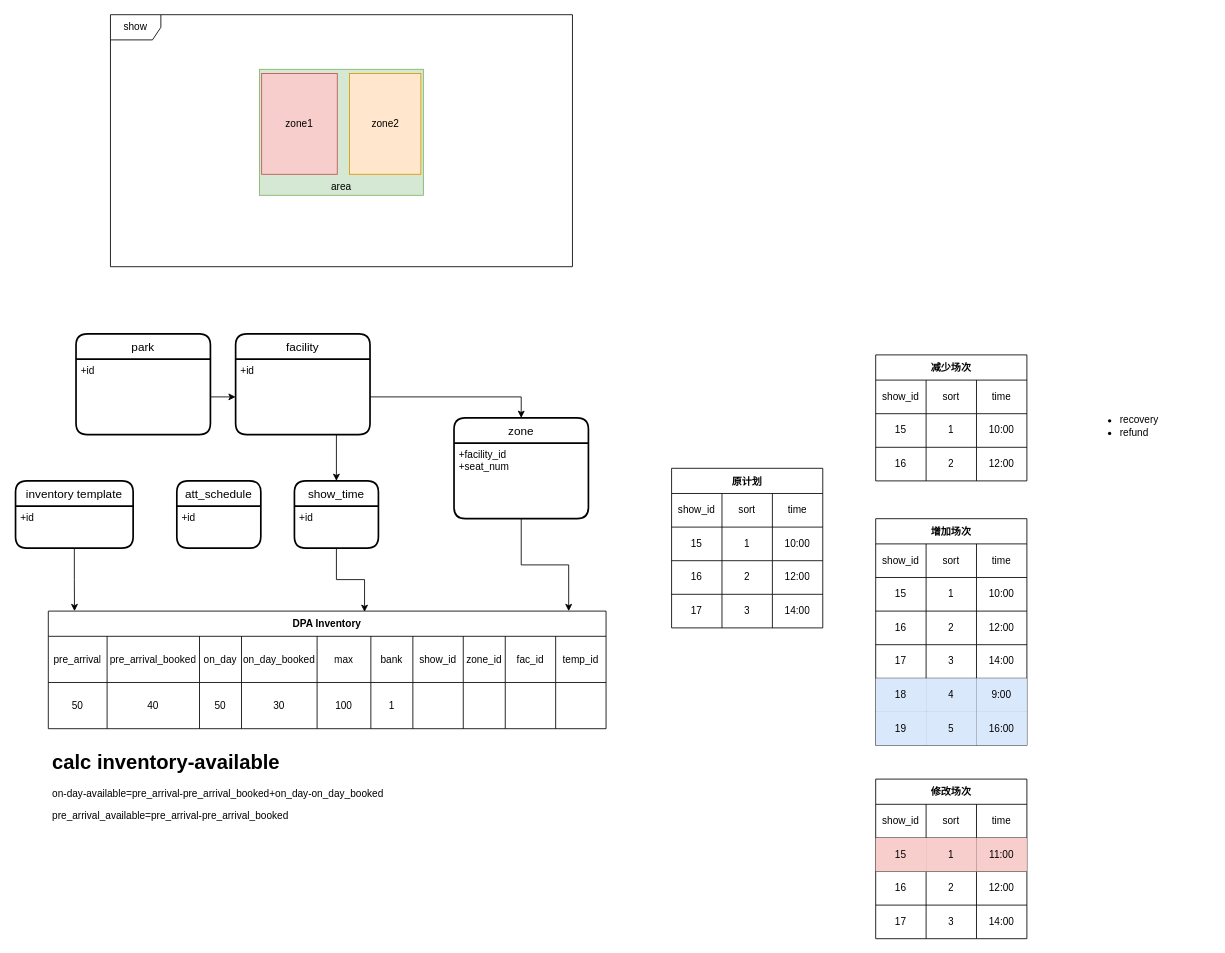
This is disney/ent_inventory_datad_structure.drawio from lixyu/draw, a draw.io file, before an edit. Source tidied: cells renumbered, new cells numbered last; positions are measured from the earlier drawing's top-left corner, leaving out a move shared by most shapes. Both pictures are drawn from the tidied source at 84%, with x=0, y=0 at pixel (15, 14).
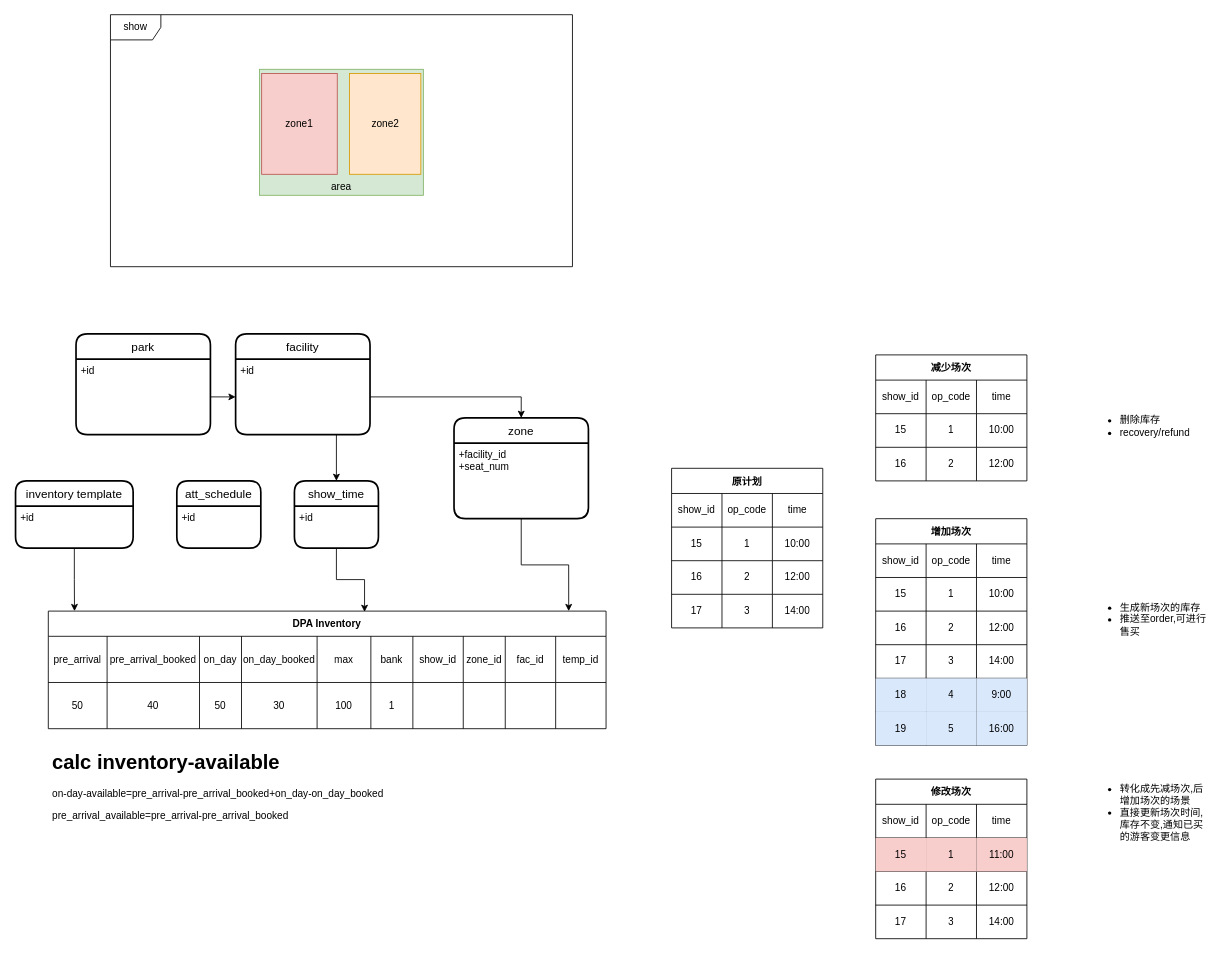
Above is the later version.

The change refers to these unchanged cells:
```xml
<mxCell id="50" style="shape=tableRow;horizontal=0;startSize=0;swimlaneHead=0;swimlaneBody=0;top=0;left=0;bottom=0;right=0;fillColor=none;" parent="49" vertex="1">
  <mxGeometry y="30" width="180" height="40" as="geometry" />
</mxCell>
<mxCell id="67" style="shape=tableRow;horizontal=0;startSize=0;swimlaneHead=0;swimlaneBody=0;top=0;left=0;bottom=0;right=0;fillColor=none;" parent="66" vertex="1">
  <mxGeometry y="30" width="180" height="40" as="geometry" />
</mxCell>
<mxCell id="80" style="shape=tableRow;horizontal=0;startSize=0;swimlaneHead=0;swimlaneBody=0;top=0;left=0;bottom=0;right=0;fillColor=none;" parent="79" vertex="1">
  <mxGeometry y="30" width="180" height="40" as="geometry" />
</mxCell>
<mxCell id="106" style="shape=tableRow;horizontal=0;startSize=0;swimlaneHead=0;swimlaneBody=0;top=0;left=0;bottom=0;right=0;fillColor=none;" parent="105" vertex="1">
  <mxGeometry y="30" width="180" height="40" as="geometry" />
</mxCell>
```

Diff of the diagram source:
```diff
@@
-    <mxCell id="52" value="sort" style="shape=partialRectangle;html=1;whiteSpace=wrap;fillColor=none;top=0;left=0;bottom=0;right=0;overflow=hidden;" parent="50" vertex="1">
+    <mxCell id="52" value="op_code" style="shape=partialRectangle;html=1;whiteSpace=wrap;fillColor=none;top=0;left=0;bottom=0;right=0;overflow=hidden;" parent="50" vertex="1">
       <mxGeometry x="60" width="60" height="40" as="geometry" />
     </mxCell>
@@
-    <mxCell id="69" value="sort" style="shape=partialRectangle;html=1;whiteSpace=wrap;fillColor=none;top=0;left=0;bottom=0;right=0;overflow=hidden;" parent="67" vertex="1">
+    <mxCell id="69" value="op_code" style="shape=partialRectangle;html=1;whiteSpace=wrap;fillColor=none;top=0;left=0;bottom=0;right=0;overflow=hidden;" parent="67" vertex="1">
       <mxGeometry x="60" width="60" height="40" as="geometry" />
     </mxCell>
@@
-    <mxCell id="82" value="sort" style="shape=partialRectangle;html=1;whiteSpace=wrap;fillColor=none;top=0;left=0;bottom=0;right=0;overflow=hidden;" parent="80" vertex="1">
+    <mxCell id="82" value="op_code" style="shape=partialRectangle;html=1;whiteSpace=wrap;fillColor=none;top=0;left=0;bottom=0;right=0;overflow=hidden;" parent="80" vertex="1">
       <mxGeometry x="60" width="60" height="40" as="geometry" />
     </mxCell>
@@
-    <mxCell id="104" value="&lt;ul&gt;&lt;li&gt;recovery&lt;/li&gt;&lt;li&gt;refund&lt;/li&gt;&lt;/ul&gt;" style="text;strokeColor=none;fillColor=none;html=1;whiteSpace=wrap;verticalAlign=middle;overflow=hidden;" parent="1" vertex="1">
-      <mxGeometry x="1273" y="450" width="100" height="80" as="geometry" />
+    <mxCell id="104" value="&lt;ul&gt;&lt;li&gt;删除库存&lt;/li&gt;&lt;li&gt;recovery/refund&lt;/li&gt;&lt;/ul&gt;" style="text;strokeColor=none;fillColor=none;html=1;whiteSpace=wrap;verticalAlign=middle;overflow=hidden;" parent="1" vertex="1">
+      <mxGeometry x="1273" y="450" width="150" height="80" as="geometry" />
     </mxCell>
@@
-    <mxCell id="108" value="sort" style="shape=partialRectangle;html=1;whiteSpace=wrap;fillColor=none;top=0;left=0;bottom=0;right=0;overflow=hidden;" parent="106" vertex="1">
+    <mxCell id="108" value="op_code" style="shape=partialRectangle;html=1;whiteSpace=wrap;fillColor=none;top=0;left=0;bottom=0;right=0;overflow=hidden;" parent="106" vertex="1">
       <mxGeometry x="60" width="60" height="40" as="geometry" />
     </mxCell>
@@
+    <mxCell id="122" value="&lt;ul&gt;&lt;li&gt;生成新场次的库存&lt;/li&gt;&lt;li&gt;推送至order,可进行售买&lt;/li&gt;&lt;/ul&gt;" style="text;strokeColor=none;fillColor=none;html=1;whiteSpace=wrap;verticalAlign=middle;overflow=hidden;" parent="1" vertex="1">
+      <mxGeometry x="1273" y="680" width="150" height="80" as="geometry" />
+    </mxCell>
+    <mxCell id="123" value="&lt;ul&gt;&lt;li&gt;转化成先减场次,后增加场次的场景&lt;/li&gt;&lt;li&gt;直接更新场次时间,库存不变,通知已买的游客变更信息&lt;/li&gt;&lt;/ul&gt;" style="text;strokeColor=none;fillColor=none;html=1;whiteSpace=wrap;verticalAlign=middle;overflow=hidden;" parent="1" vertex="1">
+      <mxGeometry x="1273" y="900" width="150" height="100" as="geometry" />
+    </mxCell>
```
